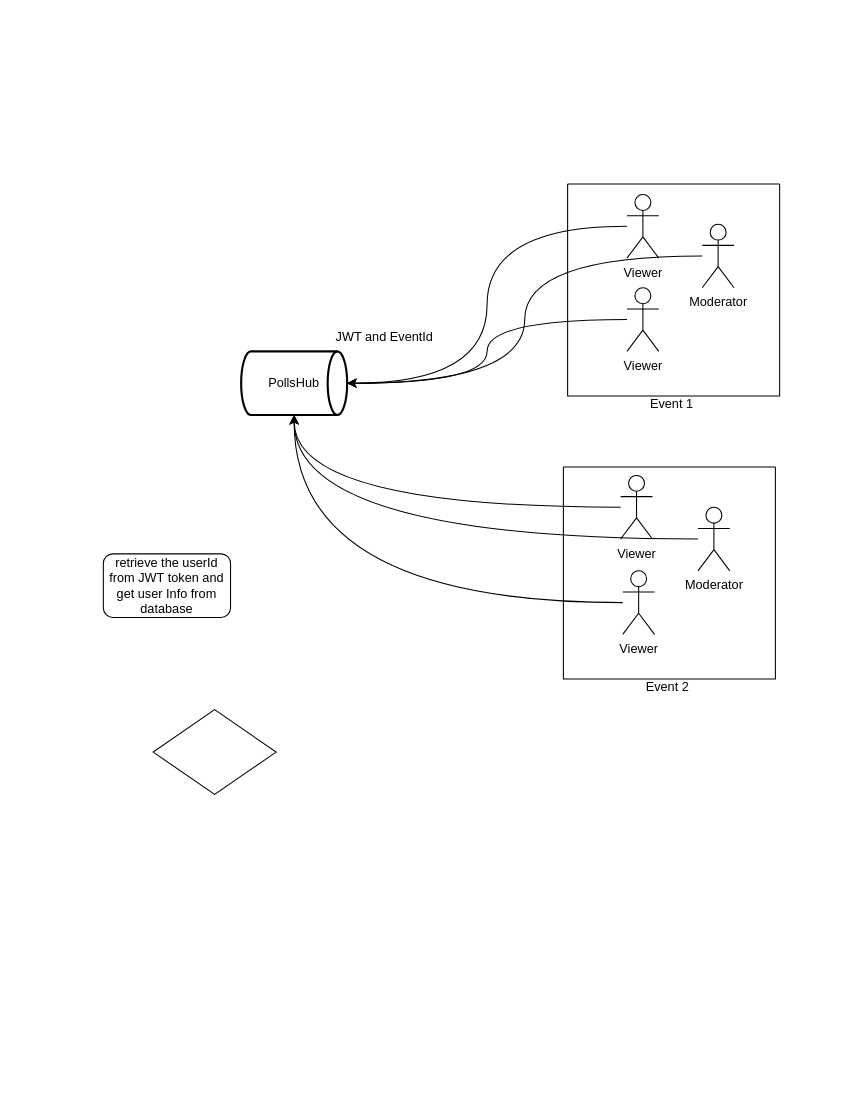
Above: Untitled Diagram.drawio in negar-amin/BlazorEcommerce (draw.io), before the change. Source tidied: cells renumbered, new cells numbered last; positions are measured from the earlier drawing's top-left corner, leaving out a move shared by most shapes. Both pictures are drawn from the tidied source at 106%, with x=0, y=0 at pixel (103, 183).
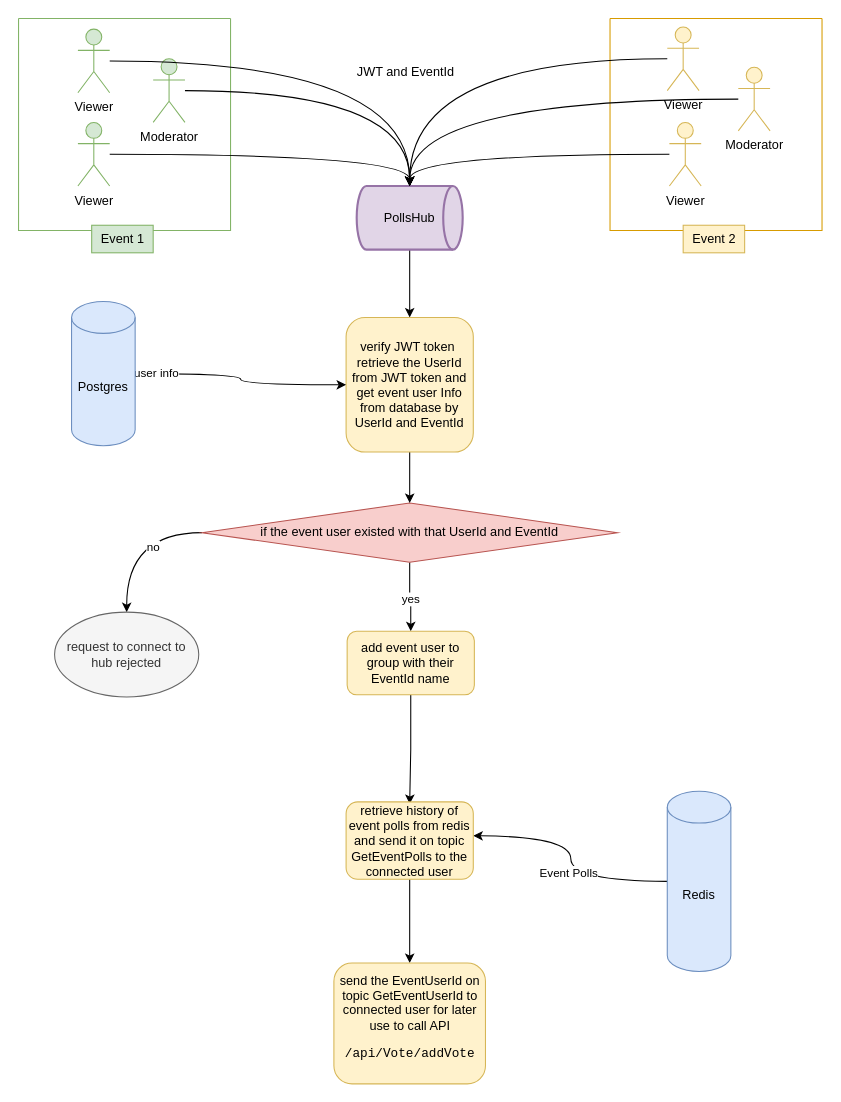
Above is the later version.

The edit, as a diff of the source:
```diff
@@
-<mxGraphModel>
+<mxGraphModel background="#ffffff">
@@
-    <mxCell id="2" value="&lt;div&gt;Viewer&lt;/div&gt;&lt;div&gt;&lt;br&gt;&lt;/div&gt;" style="shape=umlActor;verticalLabelPosition=bottom;verticalAlign=top;html=1;outlineConnect=0;" parent="1" vertex="1">
-      <mxGeometry x="494" y="98" width="30" height="60" as="geometry" />
+    <mxCell id="2" value="&lt;div&gt;Viewer&lt;/div&gt;&lt;div&gt;&lt;br&gt;&lt;/div&gt;" style="shape=umlActor;verticalLabelPosition=bottom;verticalAlign=top;html=1;outlineConnect=0;fillColor=#d5e8d4;strokeColor=#82b366;" parent="1" vertex="1">
+      <mxGeometry x="-24" y="-58" width="30" height="60" as="geometry" />
     </mxCell>
-    <mxCell id="3" style="swimlane;startSize=0;" parent="1" vertex="1">
-      <mxGeometry x="438" width="200" height="200" as="geometry" />
+    <mxCell id="3" style="swimlane;startSize=0;fillColor=#d5e8d4;strokeColor=#82b366;fillStyle=auto;" parent="1" vertex="1">
+      <mxGeometry x="-80" y="-156" width="200" height="200" as="geometry" />
     </mxCell>
-    <mxCell id="4" value="Viewer" style="shape=umlActor;verticalLabelPosition=bottom;verticalAlign=top;html=1;outlineConnect=0;" parent="3" vertex="1">
+    <mxCell id="4" value="Viewer" style="shape=umlActor;verticalLabelPosition=bottom;verticalAlign=top;html=1;outlineConnect=0;fillColor=#d5e8d4;strokeColor=#82b366;" parent="3" vertex="1">
       <mxGeometry x="56" y="10" width="30" height="60" as="geometry" />
     </mxCell>
-    <mxCell id="5" value="Moderator" style="shape=umlActor;verticalLabelPosition=bottom;verticalAlign=top;html=1;outlineConnect=0;" parent="1" vertex="1">
-      <mxGeometry x="565" y="38" width="30" height="60" as="geometry" />
+    <mxCell id="5" value="Moderator" style="shape=umlActor;verticalLabelPosition=bottom;verticalAlign=top;html=1;outlineConnect=0;fillColor=#d5e8d4;strokeColor=#82b366;" parent="1" vertex="1">
+      <mxGeometry x="47" y="-118" width="30" height="60" as="geometry" />
     </mxCell>
-    <mxCell id="6" value="Event 1" style="text;html=1;align=center;verticalAlign=middle;strokeColor=none;fillColor=none;" parent="1" vertex="1">
-      <mxGeometry x="507" y="195" width="58" height="26" as="geometry" />
+    <mxCell id="6" value="Event 1" style="text;html=1;align=center;verticalAlign=middle;strokeColor=#82b366;fillColor=#d5e8d4;" parent="1" vertex="1">
+      <mxGeometry x="-11" y="39" width="58" height="26" as="geometry" />
     </mxCell>
-    <mxCell id="7" value="Viewer" style="shape=umlActor;verticalLabelPosition=bottom;verticalAlign=top;html=1;outlineConnect=0;" parent="1" vertex="1">
-      <mxGeometry x="488" y="275" width="30" height="60" as="geometry" />
+    <mxCell id="7" value="Viewer" style="shape=umlActor;verticalLabelPosition=bottom;verticalAlign=top;html=1;outlineConnect=0;fillColor=#fff2cc;strokeColor=#d6b656;" parent="1" vertex="1">
+      <mxGeometry x="532" y="-148" width="30" height="60" as="geometry" />
     </mxCell>
-    <mxCell id="8" value="&lt;div&gt;Viewer&lt;/div&gt;&lt;div&gt;&lt;br&gt;&lt;/div&gt;" style="shape=umlActor;verticalLabelPosition=bottom;verticalAlign=top;html=1;outlineConnect=0;" parent="1" vertex="1">
-      <mxGeometry x="490" y="365" width="30" height="60" as="geometry" />
+    <mxCell id="8" value="&lt;div&gt;Viewer&lt;/div&gt;&lt;div&gt;&lt;br&gt;&lt;/div&gt;" style="shape=umlActor;verticalLabelPosition=bottom;verticalAlign=top;html=1;outlineConnect=0;fillColor=#fff2cc;strokeColor=#d6b656;" parent="1" vertex="1">
+      <mxGeometry x="534" y="-58" width="30" height="60" as="geometry" />
     </mxCell>
-    <mxCell id="9" style="swimlane;startSize=0;" parent="1" vertex="1">
-      <mxGeometry x="434" y="267" width="200" height="200" as="geometry" />
+    <mxCell id="9" style="swimlane;startSize=0;fillColor=#ffe6cc;strokeColor=#d79b00;fillStyle=auto;swimlaneFillColor=none;gradientColor=none;shadow=0;labelBackgroundColor=#FFE6CC;" parent="1" vertex="1">
+      <mxGeometry x="478" y="-156" width="200" height="200" as="geometry" />
     </mxCell>
+    <mxCell id="11" value="Moderator" style="shape=umlActor;verticalLabelPosition=bottom;verticalAlign=top;html=1;outlineConnect=0;fillColor=#fff2cc;strokeColor=#d6b656;" parent="9" vertex="1">
+      <mxGeometry x="121" y="46" width="30" height="60" as="geometry" />
+    </mxCell>
@@
-    <mxCell id="11" value="Moderator" style="shape=umlActor;verticalLabelPosition=bottom;verticalAlign=top;html=1;outlineConnect=0;" parent="1" vertex="1">
-      <mxGeometry x="561" y="305" width="30" height="60" as="geometry" />
-    </mxCell>
-    <mxCell id="12" value="Event 2" style="text;html=1;align=center;verticalAlign=middle;strokeColor=none;fillColor=none;" parent="1" vertex="1">
-      <mxGeometry x="503" y="462" width="58" height="26" as="geometry" />
+    <mxCell id="12" value="Event 2" style="text;html=1;align=center;verticalAlign=middle;strokeColor=#d6b656;fillColor=#fff2cc;" parent="1" vertex="1">
+      <mxGeometry x="547" y="39" width="58" height="26" as="geometry" />
     </mxCell>
+    <mxCell id="22" style="edgeStyle=orthogonalEdgeStyle;rounded=0;jettySize=auto;html=1;curved=1;" parent="1" edge="1" source="13" target="21">
+      <mxGeometry relative="1" as="geometry" />
+    </mxCell>
-    <mxCell id="13" value="PollsHub" style="strokeWidth=2;html=1;shape=mxgraph.flowchart.direct_data;whiteSpace=wrap;" parent="1" vertex="1">
-      <mxGeometry x="130" y="158" width="100" height="60" as="geometry" />
+    <mxCell id="13" value="PollsHub" style="strokeWidth=2;html=1;shape=mxgraph.flowchart.direct_data;whiteSpace=wrap;fillColor=#e1d5e7;strokeColor=#9673a6;" parent="1" vertex="1">
+      <mxGeometry x="239" y="2" width="100" height="60" as="geometry" />
     </mxCell>
-    <mxCell id="14" style="edgeStyle=orthogonalEdgeStyle;rounded=0;jettySize=auto;html=1;entryX=1;entryY=0.5;entryDx=0;entryDy=0;entryPerimeter=0;curved=1;" parent="1" edge="1" source="4" target="13">
+    <mxCell id="14" style="edgeStyle=orthogonalEdgeStyle;rounded=0;jettySize=auto;html=1;entryX=0.5;entryY=0;entryDx=0;entryDy=0;entryPerimeter=0;curved=1;" parent="1" edge="1" source="4" target="13">
       <mxGeometry relative="1" as="geometry" />
     </mxCell>
-    <mxCell id="15" style="edgeStyle=orthogonalEdgeStyle;rounded=0;jettySize=auto;html=1;entryX=1;entryY=0.5;entryDx=0;entryDy=0;entryPerimeter=0;curved=1;" parent="1" edge="1" source="5" target="13">
+    <mxCell id="15" style="edgeStyle=orthogonalEdgeStyle;rounded=0;jettySize=auto;html=1;curved=1;entryX=0.5;entryY=0;entryDx=0;entryDy=0;entryPerimeter=0;" parent="1" edge="1" source="5" target="13">
       <mxGeometry relative="1" as="geometry" />
     </mxCell>
-    <mxCell id="16" style="edgeStyle=orthogonalEdgeStyle;rounded=0;jettySize=auto;html=1;entryX=1;entryY=0.5;entryDx=0;entryDy=0;entryPerimeter=0;curved=1;" parent="1" edge="1" source="2" target="13">
+    <mxCell id="16" style="edgeStyle=orthogonalEdgeStyle;rounded=0;jettySize=auto;html=1;entryX=0.5;entryY=0;entryDx=0;entryDy=0;entryPerimeter=0;curved=1;" parent="1" edge="1" source="2" target="13">
       <mxGeometry relative="1" as="geometry" />
     </mxCell>
     <mxCell id="17" value="JWT and EventId" style="text;html=1;align=center;verticalAlign=middle;strokeColor=none;fillColor=none;" parent="1" vertex="1">
-      <mxGeometry x="210.5" y="132" width="109" height="26" as="geometry" />
+      <mxGeometry x="230" y="-118" width="109" height="26" as="geometry" />
     </mxCell>
-    <mxCell id="18" style="edgeStyle=orthogonalEdgeStyle;rounded=0;jettySize=auto;html=1;entryX=0.5;entryY=1;entryDx=0;entryDy=0;entryPerimeter=0;curved=1;" parent="1" edge="1" source="7" target="13">
+    <mxCell id="18" style="edgeStyle=orthogonalEdgeStyle;rounded=0;jettySize=auto;html=1;entryX=0.5;entryY=0;entryDx=0;entryDy=0;entryPerimeter=0;curved=1;" parent="1" edge="1" source="7" target="13">
       <mxGeometry relative="1" as="geometry" />
     </mxCell>
-    <mxCell id="19" style="edgeStyle=orthogonalEdgeStyle;rounded=0;jettySize=auto;html=1;entryX=0.5;entryY=1;entryDx=0;entryDy=0;entryPerimeter=0;curved=1;" parent="1" edge="1" source="8" target="13">
+    <mxCell id="19" style="edgeStyle=orthogonalEdgeStyle;rounded=0;jettySize=auto;html=1;entryX=0.5;entryY=0;entryDx=0;entryDy=0;entryPerimeter=0;curved=1;" parent="1" edge="1" source="8" target="13">
       <mxGeometry relative="1" as="geometry" />
     </mxCell>
+    <mxCell id="23" style="edgeStyle=orthogonalEdgeStyle;rounded=0;jettySize=auto;html=1;entryX=0.5;entryY=0;entryDx=0;entryDy=0;curved=1;" parent="1" edge="1" source="20" target="31">
+      <mxGeometry relative="1" as="geometry" />
+    </mxCell>
+    <mxCell id="24" value="no" style="edgeLabel;html=1;align=center;verticalAlign=middle;" parent="23" vertex="1">
+      <mxGeometry x="-0.36" y="13" relative="1" as="geometry" />
+    </mxCell>
+    <mxCell id="25" style="edgeStyle=orthogonalEdgeStyle;rounded=0;jettySize=auto;html=1;entryX=0.5;entryY=0;entryDx=0;entryDy=0;" parent="1" edge="1" source="20" target="36">
+      <mxGeometry relative="1" as="geometry" />
+    </mxCell>
+    <mxCell id="26" value="yes" style="edgeLabel;html=1;align=center;verticalAlign=middle;" parent="25" vertex="1">
+      <mxGeometry x="0.05" y="-1" relative="1" as="geometry" />
+    </mxCell>
-    <mxCell id="20" style="rhombus;whiteSpace=wrap;html=1;" parent="1" vertex="1">
-      <mxGeometry x="47" y="496" width="116" height="80" as="geometry" />
+    <mxCell id="20" value="if the event user existed with that UserId and EventId" style="rhombus;whiteSpace=wrap;html=1;fillColor=#f8cecc;strokeColor=#b85450;" parent="1" vertex="1">
+      <mxGeometry x="93" y="301" width="392" height="56" as="geometry" />
     </mxCell>
+    <mxCell id="27" style="edgeStyle=orthogonalEdgeStyle;rounded=0;jettySize=auto;html=1;entryX=0.5;entryY=0;entryDx=0;entryDy=0;curved=1;" parent="1" edge="1" source="21" target="20">
+      <mxGeometry relative="1" as="geometry" />
+    </mxCell>
-    <mxCell id="21" value="retrieve the userId from JWT token and get user Info from database" style="rounded=1;whiteSpace=wrap;html=1;" parent="1" vertex="1">
-      <mxGeometry y="349" width="120" height="60" as="geometry" />
+    <mxCell id="21" value="verify JWT token&amp;nbsp; retrieve the UserId from JWT token and get event user Info from database by UserId and EventId" style="rounded=1;whiteSpace=wrap;html=1;fillColor=#fff2cc;strokeColor=#d6b656;" parent="1" vertex="1">
+      <mxGeometry x="229" y="126" width="120" height="127" as="geometry" />
     </mxCell>
+    <mxCell id="28" style="edgeStyle=orthogonalEdgeStyle;rounded=0;jettySize=auto;html=1;entryX=0;entryY=0.5;entryDx=0;entryDy=0;curved=1;" parent="1" edge="1" source="30" target="21">
+      <mxGeometry relative="1" as="geometry" />
+    </mxCell>
+    <mxCell id="29" value="user info" style="edgeLabel;html=1;align=center;verticalAlign=middle;" parent="28" vertex="1">
+      <mxGeometry x="-0.82" y="1" relative="1" as="geometry" />
+    </mxCell>
+    <mxCell id="30" value="Postgres" style="shape=cylinder3;whiteSpace=wrap;html=1;boundedLbl=1;backgroundOutline=1;size=15;fillColor=#dae8fc;strokeColor=#6c8ebf;" parent="1" vertex="1">
+      <mxGeometry x="-30" y="111" width="60" height="136" as="geometry" />
+    </mxCell>
+    <mxCell id="31" value="request to connect to hub rejected" style="ellipse;whiteSpace=wrap;html=1;fillColor=#f5f5f5;fontColor=#333333;strokeColor=#666666;" parent="1" vertex="1">
+      <mxGeometry x="-46" y="404" width="136" height="80" as="geometry" />
+    </mxCell>
+    <mxCell id="32" style="edgeStyle=orthogonalEdgeStyle;rounded=0;jettySize=auto;html=1;exitX=0.5;exitY=1;exitDx=0;exitDy=0;entryX=0.5;entryY=0;entryDx=0;entryDy=0;" parent="1" edge="1" source="36">
+      <mxGeometry relative="1" as="geometry">
+        <mxPoint x="289" y="585" as="targetPoint" />
+      </mxGeometry>
+    </mxCell>
+    <mxCell id="33" style="edgeStyle=orthogonalEdgeStyle;rounded=0;jettySize=auto;html=1;entryX=1;entryY=0.5;entryDx=0;entryDy=0;curved=1;" parent="1" edge="1" source="35">
+      <mxGeometry relative="1" as="geometry">
+        <mxPoint x="349" y="615" as="targetPoint" />
+      </mxGeometry>
+    </mxCell>
+    <mxCell id="34" value="Event Polls" style="edgeLabel;html=1;align=center;verticalAlign=middle;" parent="33" vertex="1">
+      <mxGeometry x="-0.11" y="3" relative="1" as="geometry" />
+    </mxCell>
+    <mxCell id="35" value="Redis" style="shape=cylinder3;whiteSpace=wrap;html=1;boundedLbl=1;backgroundOutline=1;size=15;fillColor=#dae8fc;strokeColor=#6c8ebf;" parent="1" vertex="1">
+      <mxGeometry x="532" y="573" width="60" height="170" as="geometry" />
+    </mxCell>
+    <mxCell id="36" value="add event user to group with their EventId name" style="rounded=1;whiteSpace=wrap;html=1;fillColor=#fff2cc;strokeColor=#d6b656;" parent="1" vertex="1">
+      <mxGeometry x="230" y="422" width="120" height="60" as="geometry" />
+    </mxCell>
+    <mxCell id="37" style="edgeStyle=orthogonalEdgeStyle;rounded=0;jettySize=auto;html=1;entryX=0.5;entryY=0;entryDx=0;entryDy=0;" parent="1" edge="1" source="38" target="39">
+      <mxGeometry relative="1" as="geometry" />
+    </mxCell>
+    <mxCell id="38" value="retrieve history of event polls from redis and send it on topic GetEventPolls to the connected user" style="rounded=1;whiteSpace=wrap;html=1;fillColor=#fff2cc;strokeColor=#d6b656;" parent="1" vertex="1">
+      <mxGeometry x="229" y="583" width="120" height="73" as="geometry" />
+    </mxCell>
+    <mxCell id="39" value="send the EventUserId on topic GetEventUserId to connected user for later use to call API &lt;span&gt;&lt;span&gt;&lt;pre class=&quot;microlight&quot;&gt;/api/Vote/addVote&lt;/pre&gt;&lt;/span&gt;&lt;/span&gt;" style="rounded=1;whiteSpace=wrap;html=1;fillColor=#fff2cc;strokeColor=#d6b656;" parent="1" vertex="1">
+      <mxGeometry x="217.5" y="735" width="143" height="114" as="geometry" />
+    </mxCell>
```
